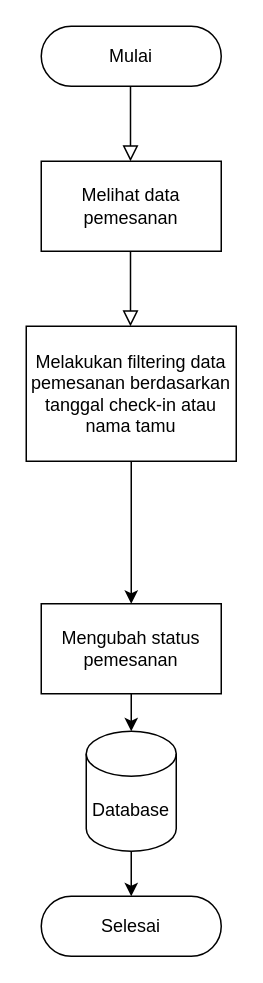
The draw.io diagram Resepsionis.drawio in Go-UKK/Flowcart, before the edit. Source tidied: cells renumbered, new cells numbered last; positions are measured from the earlier drawing's top-left corner, leaving out a move shared by most shapes. Both pictures are drawn from the tidied source at 150%, with x=0, y=0 at pixel (26, 26).
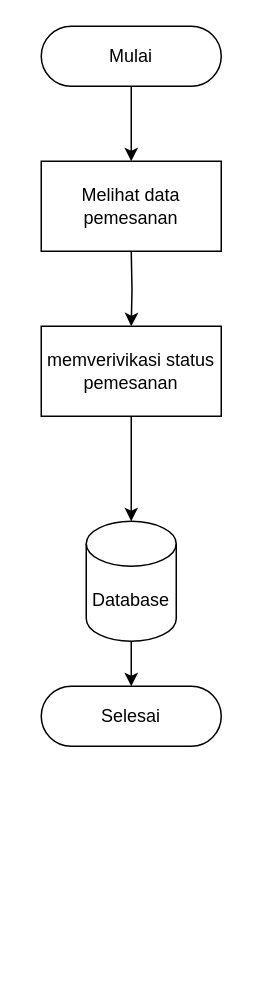
The same diagram, later.

Change to the diagram source:
```diff
@@
 <mxGraphModel>
   <root>
     <mxCell id="0" />
     <mxCell id="1" parent="0" />
-    <mxCell id="2" style="rounded=0;html=1;jettySize=auto;orthogonalLoop=1;fontSize=11;endArrow=block;endFill=0;endSize=8;strokeWidth=1;shadow=0;labelBackgroundColor=none;edgeStyle=orthogonalEdgeStyle;" parent="1" edge="1">
-      <mxGeometry relative="1" as="geometry">
-        <mxPoint x="69.5" y="40" as="sourcePoint" />
-        <mxPoint x="69.5" y="90" as="targetPoint" />
-      </mxGeometry>
-    </mxCell>
+    <mxCell id="13" style="edgeStyle=orthogonalEdgeStyle;rounded=0;jettySize=auto;html=1;" parent="1" edge="1" source="3" target="4">
+      <mxGeometry relative="1" as="geometry" />
+    </mxCell>
     <mxCell id="3" value="Mulai" style="rounded=1;whiteSpace=wrap;html=1;fontSize=12;glass=0;strokeWidth=1;shadow=0;arcSize=50;" parent="1" vertex="1">
       <mxGeometry x="10" width="120" height="40" as="geometry" />
     </mxCell>
     <mxCell id="4" value="Melihat data pemesanan" style="rounded=0;whiteSpace=wrap;html=1;" parent="1" vertex="1">
       <mxGeometry x="10" y="90" width="120" height="60" as="geometry" />
     </mxCell>
-    <mxCell id="5" style="rounded=0;html=1;jettySize=auto;orthogonalLoop=1;fontSize=11;endArrow=block;endFill=0;endSize=8;strokeWidth=1;shadow=0;labelBackgroundColor=none;edgeStyle=orthogonalEdgeStyle;" parent="1" edge="1">
-      <mxGeometry relative="1" as="geometry">
-        <mxPoint x="69.5" y="150" as="sourcePoint" />
-        <mxPoint x="69.5" y="200" as="targetPoint" />
-      </mxGeometry>
-    </mxCell>
-    <mxCell id="6" style="edgeStyle=orthogonalEdgeStyle;rounded=0;jettySize=auto;html=1;" parent="1" edge="1" source="7" target="9">
-      <mxGeometry relative="1" as="geometry" />
+    <mxCell id="6" style="edgeStyle=orthogonalEdgeStyle;rounded=0;jettySize=auto;html=1;" parent="1" edge="1" target="9">
+      <mxGeometry relative="1" as="geometry">
+        <mxPoint x="70" y="150" as="sourcePoint" />
+      </mxGeometry>
     </mxCell>
-    <mxCell id="7" value="Melakukan filtering data pemesanan berdasarkan tanggal check-in atau nama tamu" style="rounded=0;whiteSpace=wrap;html=1;" parent="1" vertex="1">
-      <mxGeometry y="200" width="140" height="90" as="geometry" />
-    </mxCell>
     <mxCell id="8" style="edgeStyle=orthogonalEdgeStyle;rounded=0;jettySize=auto;html=1;" parent="1" edge="1" source="9" target="11">
       <mxGeometry relative="1" as="geometry" />
     </mxCell>
-    <mxCell id="9" value="Mengubah status pemesanan" style="whiteSpace=wrap;html=1;rounded=0;" parent="1" vertex="1">
-      <mxGeometry x="10" y="385" width="120" height="60" as="geometry" />
+    <mxCell id="9" value="memverivikasi status pemesanan" style="whiteSpace=wrap;html=1;rounded=0;" parent="1" vertex="1">
+      <mxGeometry x="10" y="200" width="120" height="60" as="geometry" />
     </mxCell>
     <mxCell id="10" style="edgeStyle=orthogonalEdgeStyle;rounded=0;jettySize=auto;html=1;" parent="1" edge="1" source="11" target="12">
       <mxGeometry relative="1" as="geometry" />
     </mxCell>
     <mxCell id="11" value="Database" style="shape=cylinder3;whiteSpace=wrap;html=1;boundedLbl=1;backgroundOutline=1;size=15;" parent="1" vertex="1">
-      <mxGeometry x="40" y="470" width="60" height="80" as="geometry" />
+      <mxGeometry x="40" y="330" width="60" height="80" as="geometry" />
     </mxCell>
     <mxCell id="12" value="Selesai" style="rounded=1;whiteSpace=wrap;html=1;fontSize=12;glass=0;strokeWidth=1;shadow=0;arcSize=50;" parent="1" vertex="1">
-      <mxGeometry x="10" y="580" width="120" height="40" as="geometry" />
+      <mxGeometry x="10" y="440" width="120" height="40" as="geometry" />
     </mxCell>
   </root>
 </mxGraphModel>
```
